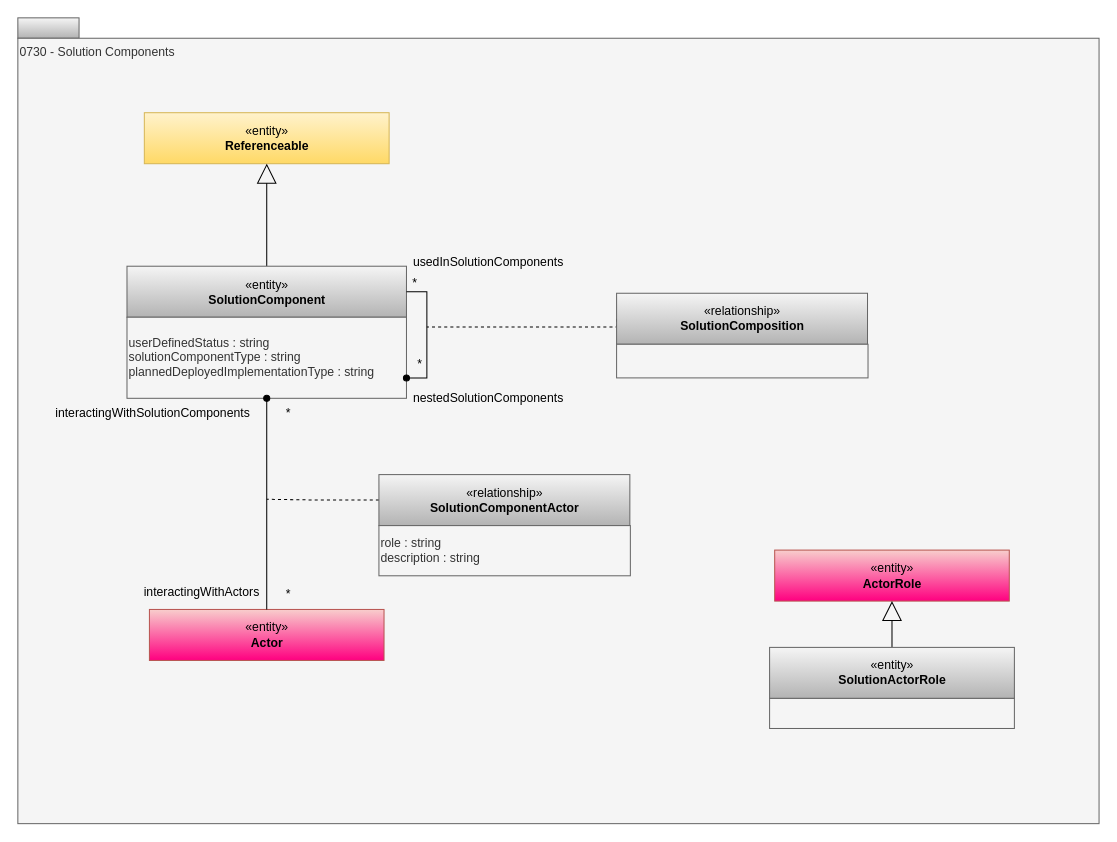
This is page "0730-Solution-Components" (8 of 18) of site/docs/types/7/area-7-lineage.drawio from odpi/egeria-docs, a draw.io file, before an edit. Source tidied: cells renumbered, new cells numbered last; positions are measured from the earlier drawing's top-left corner, leaving out a move shared by most shapes. Both pictures are drawn from the tidied source at 102%, with x=0, y=0 at pixel (17, 17).
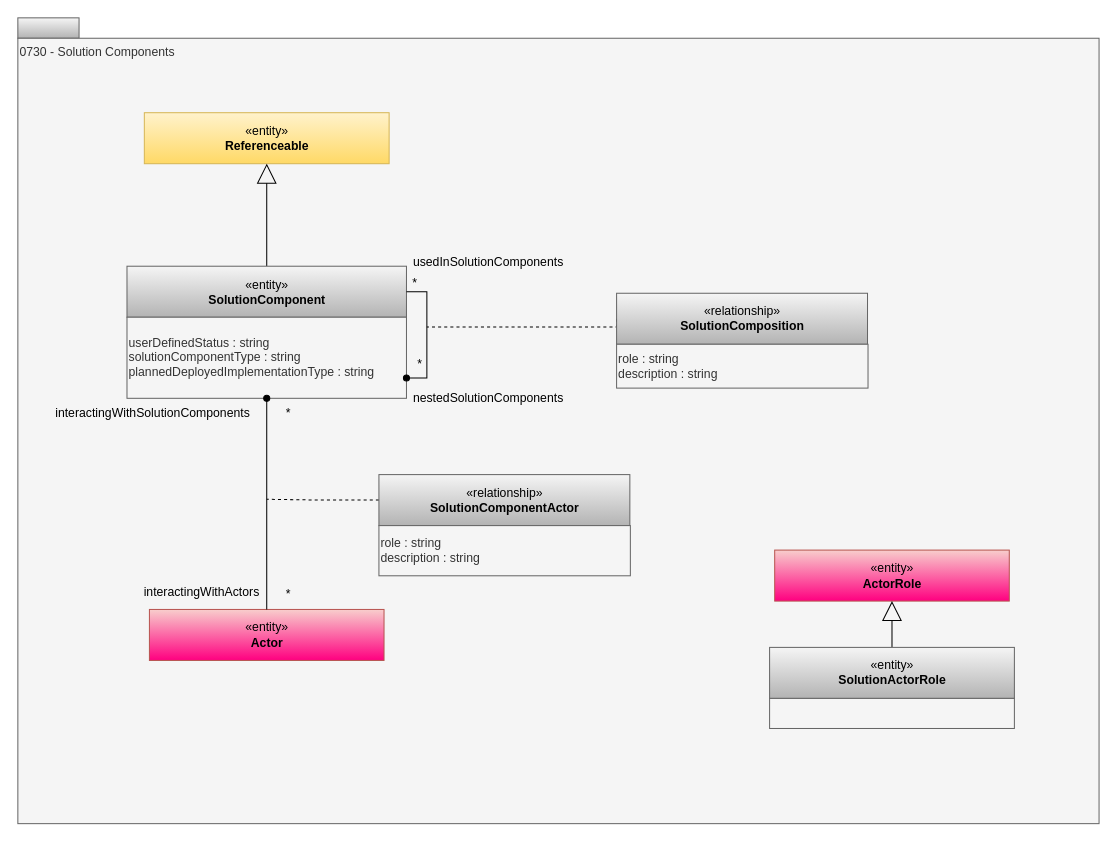
The same diagram, later.

Diff of the diagram source:
```diff
@@
-    <mxCell id="7" style="rounded=0;whiteSpace=wrap;html=1;strokeColor=#666666;align=left;fillColor=#f5f5f5;fontColor=#333333;" parent="1" vertex="1">
-      <mxGeometry x="587" y="320" width="246.5" height="33" as="geometry" />
+    <mxCell id="7" value="role : string&lt;div&gt;description : string&lt;/div&gt;" style="rounded=0;whiteSpace=wrap;html=1;strokeColor=#666666;align=left;fillColor=#f5f5f5;fontColor=#333333;" parent="1" vertex="1">
+      <mxGeometry x="587" y="320" width="246.5" height="43" as="geometry" />
     </mxCell>
```
